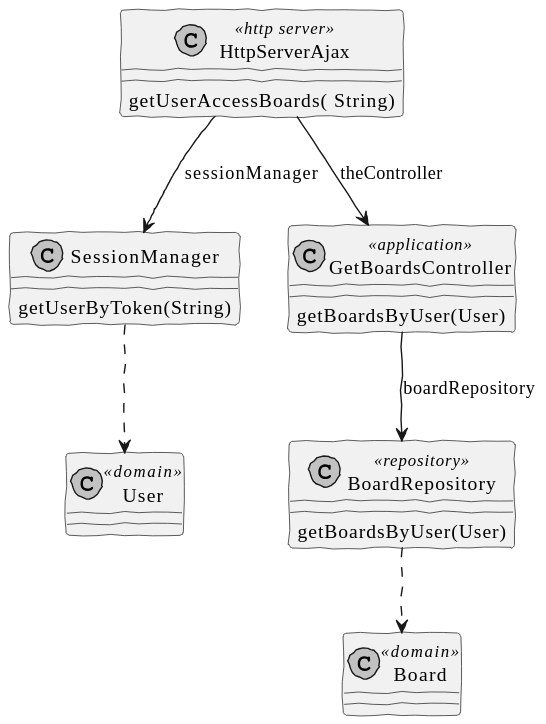
brunacosta03/sem4pi_22_23 keeps this PlantUML diagram as docs/SPRINT C/US_3005/CD/UserAccessBoards-CD.svg. Above is the earlier version. The source it was exported from:
```plantuml
@startuml
skinparam handwritten true
skinparam monochrome true
skinparam packageStyle rect
skinparam defaultFontName FG Virgil
skinparam shadowing false


class HttpServerAjax <<http server>>
class SessionManager
class GetBoardsController <<application>>
class BoardRepository <<repository>>
class User <<domain>>
class Board <<domain>>

HttpServerAjax --> GetBoardsController: theController
HttpServerAjax --> SessionManager: sessionManager
GetBoardsController --> BoardRepository: boardRepository
SessionManager ..> User
BoardRepository ..> Board



HttpServerAjax : getUserAccessBoards( String)
SessionManager : getUserByToken(String)
GetBoardsController : getBoardsByUser(User)
BoardRepository : getBoardsByUser(User)

@enduml
```
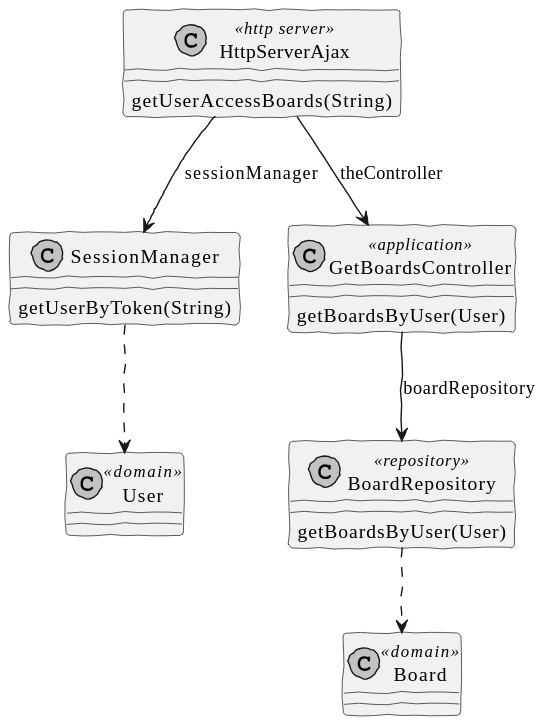
After the change.

Change to the diagram source:
```diff
@@ -21,7 +21,7 @@
 
 
 
-HttpServerAjax : getUserAccessBoards( String)
+HttpServerAjax : getUserAccessBoards(String)
 SessionManager : getUserByToken(String)
 GetBoardsController : getBoardsByUser(User)
 BoardRepository : getBoardsByUser(User)
```
